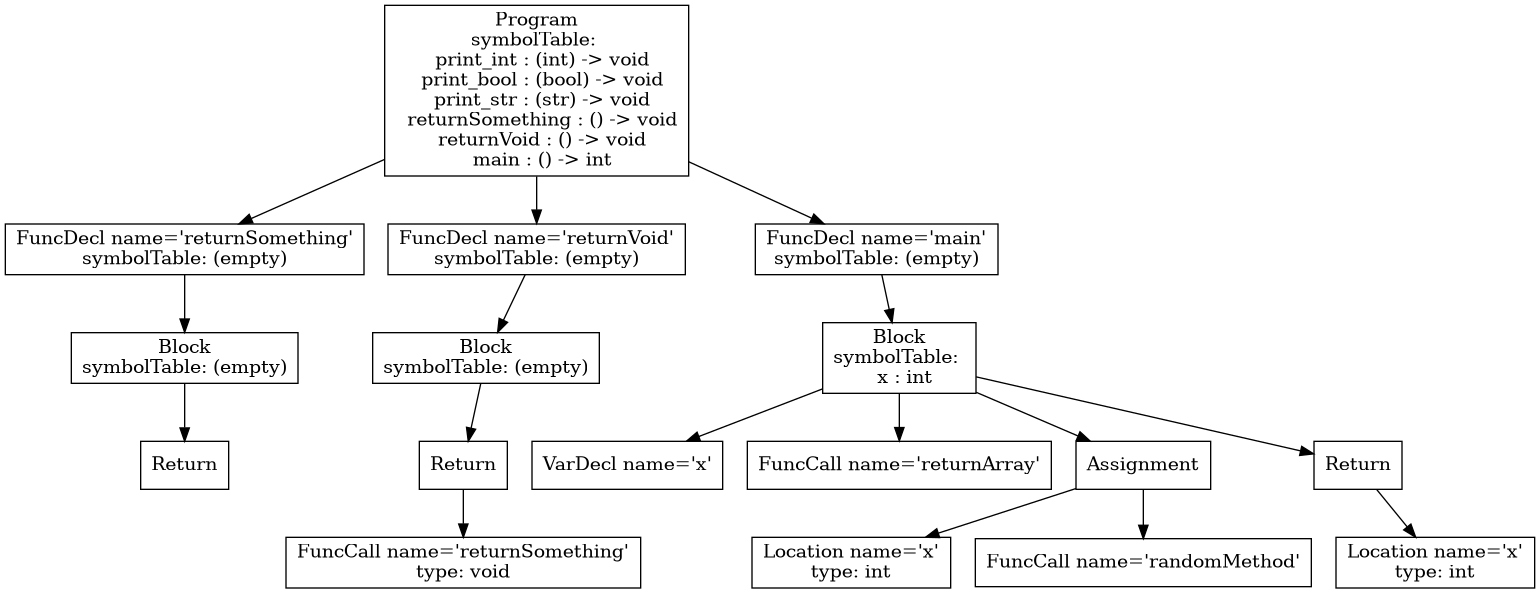
Above: p3-analysis/tree.png in atrim11/CS432 (Graphviz), before the change. Its source is kept beside it as p3-analysis/tree.dot.
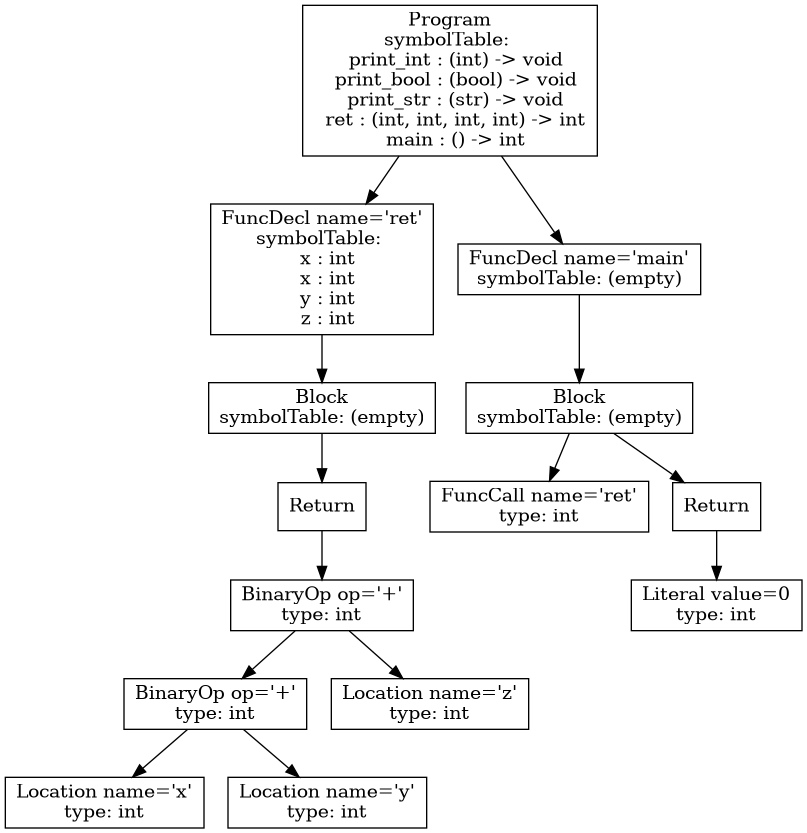
The same diagram one commit later.

The edit, as a diff of the source:
```diff
@@ -1,35 +1,29 @@
 digraph AST {
+6 [shape=box, label="Location name='x'\ntype: int"];
+7 [shape=box, label="Location name='y'\ntype: int"];
+5 [shape=box, label="BinaryOp op='+'\ntype: int"];
+5 -> 6;
+5 -> 7;
+8 [shape=box, label="Location name='z'\ntype: int"];
+4 [shape=box, label="BinaryOp op='+'\ntype: int"];
+4 -> 5;
+4 -> 8;
 3 [shape=box, label="Return"];
+3 -> 4;
 2 [shape=box, label="Block\nsymbolTable: (empty)"];
 2 -> 3;
-1 [shape=box, label="FuncDecl name='returnSomething'\nsymbolTable: (empty)"];
+1 [shape=box, label="FuncDecl name='ret'\nsymbolTable: \n  x : int\n  x : int\n  y : int\n  z : int"];
 1 -> 2;
-7 [shape=box, label="FuncCall name='returnSomething'\ntype: void"];
-6 [shape=box, label="Return"];
-6 -> 7;
-5 [shape=box, label="Block\nsymbolTable: (empty)"];
-5 -> 6;
-4 [shape=box, label="FuncDecl name='returnVoid'\nsymbolTable: (empty)"];
-4 -> 5;
-10 [shape=box, label="VarDecl name='x'"];
-11 [shape=box, label="FuncCall name='returnArray'"];
-13 [shape=box, label="Location name='x'\ntype: int"];
-14 [shape=box, label="FuncCall name='randomMethod'"];
-12 [shape=box, label="Assignment"];
+11 [shape=box, label="FuncCall name='ret'\ntype: int"];
+13 [shape=box, label="Literal value=0\ntype: int"];
+12 [shape=box, label="Return"];
 12 -> 13;
-12 -> 14;
-16 [shape=box, label="Location name='x'\ntype: int"];
-15 [shape=box, label="Return"];
-15 -> 16;
-9 [shape=box, label="Block\nsymbolTable: \n  x : int"];
+10 [shape=box, label="Block\nsymbolTable: (empty)"];
+10 -> 11;
+10 -> 12;
+9 [shape=box, label="FuncDecl name='main'\nsymbolTable: (empty)"];
 9 -> 10;
-9 -> 11;
-9 -> 12;
-9 -> 15;
-8 [shape=box, label="FuncDecl name='main'\nsymbolTable: (empty)"];
-8 -> 9;
-0 [shape=box, label="Program\nsymbolTable: \n  print_int : (int) -> void\n  print_bool : (bool) -> void\n  print_str : (str) -> void\n  returnSomething : () -> void\n  returnVoid : () -> void\n  main : () -> int"];
+0 [shape=box, label="Program\nsymbolTable: \n  print_int : (int) -> void\n  print_bool : (bool) -> void\n  print_str : (str) -> void\n  ret : (int, int, int, int) -> int\n  main : () -> int"];
 0 -> 1;
-0 -> 4;
-0 -> 8;
+0 -> 9;
 }
```
